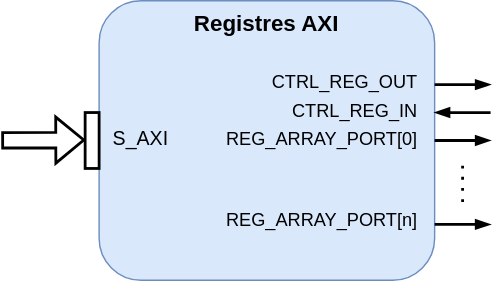
Before: src/axi_reg/doc/axi_reg.drawio.svg, a diagram exported from draw.io (viveris/LoCod-fpga). Source tidied: cells renumbered, new cells last; positions are measured from the earlier drawing's top-left corner, leaving out a move shared by most shapes.
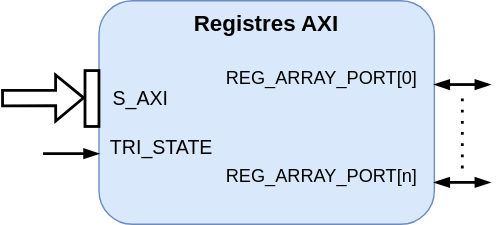
After the commit.

What changed in the source:
```diff
@@ -3,61 +3,52 @@
     <mxCell id="0" />
     <mxCell id="1" parent="0" />
     <mxCell id="2" value="Registres AXI" style="rounded=1;whiteSpace=wrap;html=1;verticalAlign=top;fontStyle=1;fontSize=16;fillColor=#dae8fc;strokeColor=#6c8ebf;" parent="1" vertex="1">
-      <mxGeometry x="70" width="240" height="200" as="geometry" />
+      <mxGeometry x="70" y="10" width="240" height="160" as="geometry" />
     </mxCell>
     <mxCell id="3" style="shape=flexArrow;endArrow=classic;html=1;rounded=0;fontSize=16;strokeWidth=2;" parent="1" edge="1">
       <mxGeometry relative="1" as="geometry">
-        <mxPoint y="99.9" as="sourcePoint" />
-        <mxPoint x="60" y="99.7" as="targetPoint" />
+        <mxPoint y="79.7" as="sourcePoint" />
+        <mxPoint x="60" y="79.5" as="targetPoint" />
       </mxGeometry>
     </mxCell>
     <mxCell id="4" style="rounded=0;whiteSpace=wrap;html=1;fontSize=16;strokeWidth=2;fillColor=none;" parent="1" vertex="1">
-      <mxGeometry x="60" y="80" width="10" height="40" as="geometry" />
+      <mxGeometry x="60" y="60" width="10" height="40" as="geometry" />
     </mxCell>
-    <mxCell id="5" style="endArrow=blockThin;html=1;rounded=0;fontSize=16;strokeWidth=2;endFill=1;" parent="1" edge="1">
+    <mxCell id="5" style="endArrow=blockThin;html=1;rounded=0;fontSize=16;strokeWidth=2;endFill=1;startArrow=blockThin;startFill=1;" parent="1" edge="1">
       <mxGeometry relative="1" as="geometry">
-        <mxPoint x="310" y="60" as="sourcePoint" />
-        <mxPoint x="350" y="60" as="targetPoint" />
+        <mxPoint x="310" y="70" as="sourcePoint" />
+        <mxPoint x="350" y="70" as="targetPoint" />
       </mxGeometry>
     </mxCell>
-    <mxCell id="6" style="endArrow=none;html=1;rounded=0;fontSize=16;strokeWidth=2;endFill=0;startArrow=blockThin;startFill=1;" parent="1" edge="1">
-      <mxGeometry relative="1" as="geometry">
-        <mxPoint x="310" y="80" as="sourcePoint" />
-        <mxPoint x="350" y="80" as="targetPoint" />
-      </mxGeometry>
-    </mxCell>
-    <mxCell id="7" style="endArrow=blockThin;html=1;rounded=0;fontSize=16;strokeWidth=2;endFill=1;" parent="1" edge="1">
-      <mxGeometry relative="1" as="geometry">
-        <mxPoint x="310" y="100" as="sourcePoint" />
-        <mxPoint x="350" y="100" as="targetPoint" />
-      </mxGeometry>
-    </mxCell>
-    <mxCell id="8" style="endArrow=blockThin;html=1;rounded=0;fontSize=16;strokeWidth=2;endFill=1;" parent="1" edge="1">
+    <mxCell id="8" style="endArrow=blockThin;html=1;rounded=0;fontSize=16;strokeWidth=2;endFill=1;startArrow=blockThin;startFill=1;" parent="1" edge="1">
       <mxGeometry relative="1" as="geometry">
-        <mxPoint x="310" y="160" as="sourcePoint" />
-        <mxPoint x="350" y="160" as="targetPoint" />
+        <mxPoint x="310" y="140" as="sourcePoint" />
+        <mxPoint x="350" y="140" as="targetPoint" />
       </mxGeometry>
     </mxCell>
     <mxCell id="9" value="S_AXI" style="text;html=1;strokeColor=none;fillColor=none;align=center;verticalAlign=middle;whiteSpace=wrap;rounded=0;fontSize=14;" parent="1" vertex="1">
-      <mxGeometry x="70" y="84" width="60" height="30" as="geometry" />
+      <mxGeometry x="70" y="65" width="60" height="30" as="geometry" />
     </mxCell>
-    <mxCell id="10" value="CTRL_REG_OUT" style="text;html=1;strokeColor=none;fillColor=none;align=right;verticalAlign=middle;whiteSpace=wrap;rounded=0;fontSize=13;" parent="1" vertex="1">
-      <mxGeometry x="210" y="43" width="90" height="30" as="geometry" />
+    <mxCell id="10" value="&lt;div&gt;REG_ARRAY_PORT[0]&lt;/div&gt;" style="text;html=1;strokeColor=none;fillColor=none;align=right;verticalAlign=middle;whiteSpace=wrap;rounded=0;fontSize=13;" parent="1" vertex="1">
+      <mxGeometry x="150" y="50" width="150" height="30" as="geometry" />
     </mxCell>
-    <mxCell id="11" value="CTRL_REG_IN" style="text;html=1;strokeColor=none;fillColor=none;align=right;verticalAlign=middle;whiteSpace=wrap;rounded=0;fontSize=13;" parent="1" vertex="1">
-      <mxGeometry x="200" y="64" width="100" height="30" as="geometry" />
-    </mxCell>
-    <mxCell id="12" value="REG_ARRAY_PORT[0]" style="text;html=1;strokeColor=none;fillColor=none;align=right;verticalAlign=middle;whiteSpace=wrap;rounded=0;fontSize=13;" parent="1" vertex="1">
-      <mxGeometry x="140" y="84" width="160" height="30" as="geometry" />
-    </mxCell>
     <mxCell id="13" value="REG_ARRAY_PORT[n]" style="text;html=1;strokeColor=none;fillColor=none;align=right;verticalAlign=middle;whiteSpace=wrap;rounded=0;fontSize=13;" parent="1" vertex="1">
-      <mxGeometry x="150" y="142" width="150" height="30" as="geometry" />
+      <mxGeometry x="150" y="120" width="150" height="30" as="geometry" />
     </mxCell>
     <mxCell id="14" style="endArrow=none;dashed=1;html=1;dashPattern=1 3;strokeWidth=2;rounded=0;fontSize=14;" parent="1" edge="1">
       <mxGeometry relative="1" as="geometry">
-        <mxPoint x="330" y="144" as="sourcePoint" />
-        <mxPoint x="330" y="114" as="targetPoint" />
+        <mxPoint x="330" y="130" as="sourcePoint" />
+        <mxPoint x="330" y="80" as="targetPoint" />
       </mxGeometry>
     </mxCell>
+    <mxCell id="15" value="TRI_STATE" style="text;html=1;strokeColor=none;fillColor=none;align=center;verticalAlign=middle;whiteSpace=wrap;rounded=0;fontSize=14;" parent="1" vertex="1">
+      <mxGeometry x="70" y="100" width="90" height="30" as="geometry" />
+    </mxCell>
+    <mxCell id="16" style="endArrow=blockThin;html=1;rounded=0;fontSize=16;strokeWidth=2;endFill=1;startArrow=none;startFill=0;" parent="1" edge="1">
+      <mxGeometry relative="1" as="geometry">
+        <mxPoint x="30" y="119.4" as="sourcePoint" />
+        <mxPoint x="70" y="119.4" as="targetPoint" />
+      </mxGeometry>
+    </mxCell>
   </root>
 </mxGraphModel>
```
